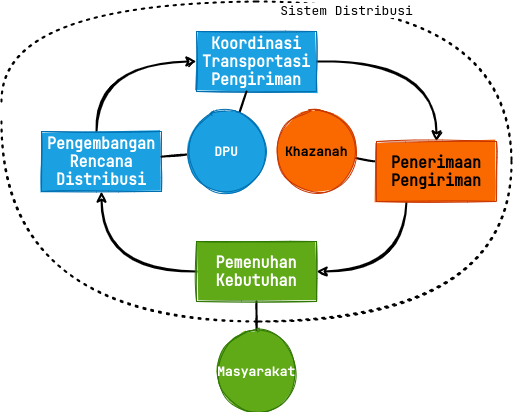
kreikrei/tugas-akhir keeps this draw.io diagram as Presentasi-PengedaranUang.drawio.png. Above is the earlier version. Source tidied: cells renumbered, new cells last; positions are measured from the earlier drawing's top-left corner, leaving out a move shared by most shapes. Source of this version:
```xml
<mxGraphModel>
  <root>
    <mxCell id="0" />
    <mxCell id="1" parent="0" />
    <mxCell id="2" style="edgeStyle=orthogonalEdgeStyle;rounded=0;sketch=1;jettySize=auto;html=1;curved=1;strokeWidth=2;fontFamily=JetBrains Mono;fontSource=https%3A%2F%2Ffonts.googleapis.com%2Fcss%3Ffamily%3DJetBrains%2BMono;fontStyle=1;" parent="1" edge="1" source="3" target="5">
      <mxGeometry relative="1" as="geometry">
        <Array as="points">
          <mxPoint x="95" y="60" />
        </Array>
      </mxGeometry>
    </mxCell>
    <mxCell id="3" value="Pengembangan Rencana Distribusi" style="rounded=0;whiteSpace=wrap;html=1;sketch=1;fontSize=15;fillColor=#1ba1e2;fontColor=#ffffff;strokeColor=#006EAF;fillStyle=solid;fontFamily=JetBrains Mono;fontSource=https%3A%2F%2Ffonts.googleapis.com%2Fcss%3Ffamily%3DJetBrains%2BMono;fontStyle=1;" parent="1" vertex="1">
      <mxGeometry x="40" y="130" width="120" height="60" as="geometry" />
    </mxCell>
    <mxCell id="4" style="edgeStyle=orthogonalEdgeStyle;rounded=0;sketch=1;jettySize=auto;html=1;curved=1;strokeWidth=2;fontFamily=JetBrains Mono;fontSource=https%3A%2F%2Ffonts.googleapis.com%2Fcss%3Ffamily%3DJetBrains%2BMono;fontStyle=1;" parent="1" edge="1" source="5" target="8">
      <mxGeometry relative="1" as="geometry" />
    </mxCell>
    <mxCell id="5" value="Koordinasi Transportasi Pengiriman" style="rounded=0;whiteSpace=wrap;html=1;sketch=1;fontSize=15;fillColor=#1ba1e2;fontColor=#ffffff;strokeColor=#006EAF;fillStyle=solid;fontFamily=JetBrains Mono;fontSource=https%3A%2F%2Ffonts.googleapis.com%2Fcss%3Ffamily%3DJetBrains%2BMono;fontStyle=1;" parent="1" vertex="1">
      <mxGeometry x="195" y="30" width="120" height="60" as="geometry" />
    </mxCell>
    <mxCell id="6" style="edgeStyle=orthogonalEdgeStyle;rounded=0;sketch=1;jettySize=auto;html=1;curved=1;strokeWidth=2;" parent="1" edge="1" source="8" target="11">
      <mxGeometry relative="1" as="geometry">
        <Array as="points">
          <mxPoint x="405" y="270" />
        </Array>
      </mxGeometry>
    </mxCell>
    <mxCell id="7" style="rounded=0;sketch=1;jettySize=auto;html=1;fontSize=13;strokeWidth=2;endArrow=none;endFill=0;fontFamily=JetBrains Mono;fontSource=https%3A%2F%2Ffonts.googleapis.com%2Fcss%3Ffamily%3DJetBrains%2BMono;fontStyle=1;" parent="1" edge="1" source="8" target="15">
      <mxGeometry relative="1" as="geometry" />
    </mxCell>
    <mxCell id="8" value="Penerimaan Pengiriman" style="rounded=0;whiteSpace=wrap;html=1;sketch=1;fontSize=15;fillColor=#fa6800;fontColor=#000000;strokeColor=#C73500;fillStyle=solid;fontFamily=JetBrains Mono;fontSource=https%3A%2F%2Ffonts.googleapis.com%2Fcss%3Ffamily%3DJetBrains%2BMono;fontStyle=1;" parent="1" vertex="1">
      <mxGeometry x="375" y="140" width="120" height="60" as="geometry" />
    </mxCell>
    <mxCell id="9" style="edgeStyle=orthogonalEdgeStyle;rounded=0;sketch=1;jettySize=auto;html=1;curved=1;strokeWidth=2;" parent="1" edge="1" source="11" target="3">
      <mxGeometry relative="1" as="geometry" />
    </mxCell>
    <mxCell id="10" style="edgeStyle=none;rounded=0;sketch=1;jettySize=auto;html=1;fontSize=13;endArrow=none;endFill=0;strokeWidth=2;" parent="1" edge="1" source="11" target="16">
      <mxGeometry relative="1" as="geometry" />
    </mxCell>
    <mxCell id="11" value="Pemenuhan Kebutuhan" style="rounded=0;whiteSpace=wrap;html=1;sketch=1;fontSize=15;fillColor=#60a917;fontColor=#ffffff;strokeColor=#2D7600;fillStyle=solid;fontStyle=1;fontFamily=JetBrains Mono;fontSource=https%3A%2F%2Ffonts.googleapis.com%2Fcss%3Ffamily%3DJetBrains%2BMono;" parent="1" vertex="1">
      <mxGeometry x="195" y="240" width="120" height="60" as="geometry" />
    </mxCell>
    <mxCell id="12" style="edgeStyle=none;rounded=0;sketch=1;jettySize=auto;html=1;fontSize=13;endArrow=none;endFill=0;strokeWidth=2;fontFamily=JetBrains Mono;fontSource=https%3A%2F%2Ffonts.googleapis.com%2Fcss%3Ffamily%3DJetBrains%2BMono;fontStyle=1;" parent="1" edge="1" source="14" target="3">
      <mxGeometry relative="1" as="geometry" />
    </mxCell>
    <mxCell id="13" style="edgeStyle=none;rounded=0;sketch=1;jettySize=auto;html=1;fontSize=13;endArrow=none;endFill=0;strokeWidth=2;fontFamily=JetBrains Mono;fontSource=https%3A%2F%2Ffonts.googleapis.com%2Fcss%3Ffamily%3DJetBrains%2BMono;fontStyle=1;" parent="1" edge="1" source="14" target="5">
      <mxGeometry relative="1" as="geometry" />
    </mxCell>
    <mxCell id="14" value="DPU" style="ellipse;whiteSpace=wrap;html=1;sketch=1;fontSize=13;fillColor=#1ba1e2;fontColor=#ffffff;strokeColor=#006EAF;fillStyle=solid;fontFamily=JetBrains Mono;fontSource=https%3A%2F%2Ffonts.googleapis.com%2Fcss%3Ffamily%3DJetBrains%2BMono;fontStyle=1;" parent="1" vertex="1">
      <mxGeometry x="185" y="110" width="80" height="80" as="geometry" />
    </mxCell>
    <mxCell id="15" value="Khazanah" style="ellipse;whiteSpace=wrap;html=1;sketch=1;fontSize=13;fillColor=#fa6800;fontColor=#000000;strokeColor=#C73500;fillStyle=solid;fontFamily=JetBrains Mono;fontSource=https%3A%2F%2Ffonts.googleapis.com%2Fcss%3Ffamily%3DJetBrains%2BMono;fontStyle=1;" parent="1" vertex="1">
      <mxGeometry x="275" y="110" width="80" height="80" as="geometry" />
    </mxCell>
    <mxCell id="16" value="Masyarakat" style="ellipse;whiteSpace=wrap;html=1;sketch=1;fontSize=13;fillColor=#60a917;fontColor=#ffffff;strokeColor=#2D7600;fillStyle=solid;fontFamily=JetBrains Mono;fontSource=https%3A%2F%2Ffonts.googleapis.com%2Fcss%3Ffamily%3DJetBrains%2BMono;fontStyle=1;" parent="1" vertex="1">
      <mxGeometry x="215" y="330" width="80" height="80" as="geometry" />
    </mxCell>
    <mxCell id="17" style="endArrow=none;dashed=1;html=1;dashPattern=1 3;strokeWidth=2;rounded=0;sketch=1;fontFamily=JetBrains Mono;fontSource=https%3A%2F%2Ffonts.googleapis.com%2Fcss%3Ffamily%3DJetBrains%2BMono;fontSize=13;edgeStyle=orthogonalEdgeStyle;curved=1;" parent="1" edge="1">
      <mxGeometry relative="1" as="geometry">
        <mxPoint y="100" as="sourcePoint" />
        <mxPoint y="120" as="targetPoint" />
        <Array as="points">
          <mxPoint />
          <mxPoint x="510" />
          <mxPoint x="510" y="320" />
          <mxPoint y="320" />
        </Array>
      </mxGeometry>
    </mxCell>
    <mxCell id="18" value="Sistem Distribusi" style="edgeLabel;html=1;align=center;verticalAlign=middle;fontSize=13;fontFamily=JetBrains Mono;" parent="17" vertex="1">
      <mxGeometry x="-0.46" y="-8" relative="1" as="geometry" />
    </mxCell>
  </root>
</mxGraphModel>
```
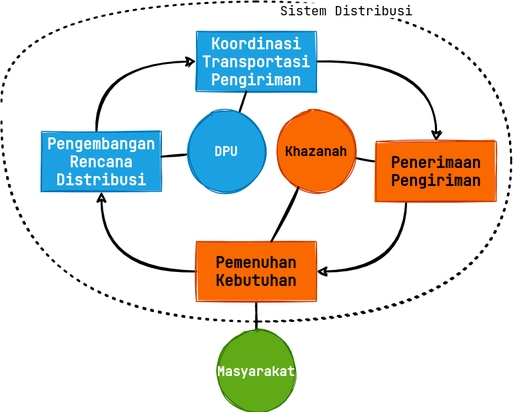
The same file after the commit.

Diff of the diagram source:
```diff
@@ -37,7 +37,7 @@
     <mxCell id="10" style="edgeStyle=none;rounded=0;sketch=1;jettySize=auto;html=1;fontSize=13;endArrow=none;endFill=0;strokeWidth=2;" parent="1" edge="1" source="11" target="16">
       <mxGeometry relative="1" as="geometry" />
     </mxCell>
-    <mxCell id="11" value="Pemenuhan Kebutuhan" style="rounded=0;whiteSpace=wrap;html=1;sketch=1;fontSize=15;fillColor=#60a917;fontColor=#ffffff;strokeColor=#2D7600;fillStyle=solid;fontStyle=1;fontFamily=JetBrains Mono;fontSource=https%3A%2F%2Ffonts.googleapis.com%2Fcss%3Ffamily%3DJetBrains%2BMono;" parent="1" vertex="1">
+    <mxCell id="11" value="Pemenuhan Kebutuhan" style="rounded=0;whiteSpace=wrap;html=1;sketch=1;fontSize=15;fillColor=#fa6800;fontColor=#000000;strokeColor=#C73500;fillStyle=solid;fontStyle=1;fontFamily=JetBrains Mono;fontSource=https%3A%2F%2Ffonts.googleapis.com%2Fcss%3Ffamily%3DJetBrains%2BMono;" parent="1" vertex="1">
       <mxGeometry x="195" y="240" width="120" height="60" as="geometry" />
     </mxCell>
     <mxCell id="12" style="edgeStyle=none;rounded=0;sketch=1;jettySize=auto;html=1;fontSize=13;endArrow=none;endFill=0;strokeWidth=2;fontFamily=JetBrains Mono;fontSource=https%3A%2F%2Ffonts.googleapis.com%2Fcss%3Ffamily%3DJetBrains%2BMono;fontStyle=1;" parent="1" edge="1" source="14" target="3">
@@ -70,5 +70,8 @@
     <mxCell id="18" value="Sistem Distribusi" style="edgeLabel;html=1;align=center;verticalAlign=middle;fontSize=13;fontFamily=JetBrains Mono;" parent="17" vertex="1">
       <mxGeometry x="-0.46" y="-8" relative="1" as="geometry" />
     </mxCell>
+    <mxCell id="19" style="rounded=0;sketch=1;jettySize=auto;html=1;fontSize=13;strokeWidth=2;endArrow=none;endFill=0;fontFamily=JetBrains Mono;fontSource=https%3A%2F%2Ffonts.googleapis.com%2Fcss%3Ffamily%3DJetBrains%2BMono;fontStyle=1;" parent="1" edge="1" source="11" target="15">
+      <mxGeometry relative="1" as="geometry" />
+    </mxCell>
   </root>
 </mxGraphModel>
```
